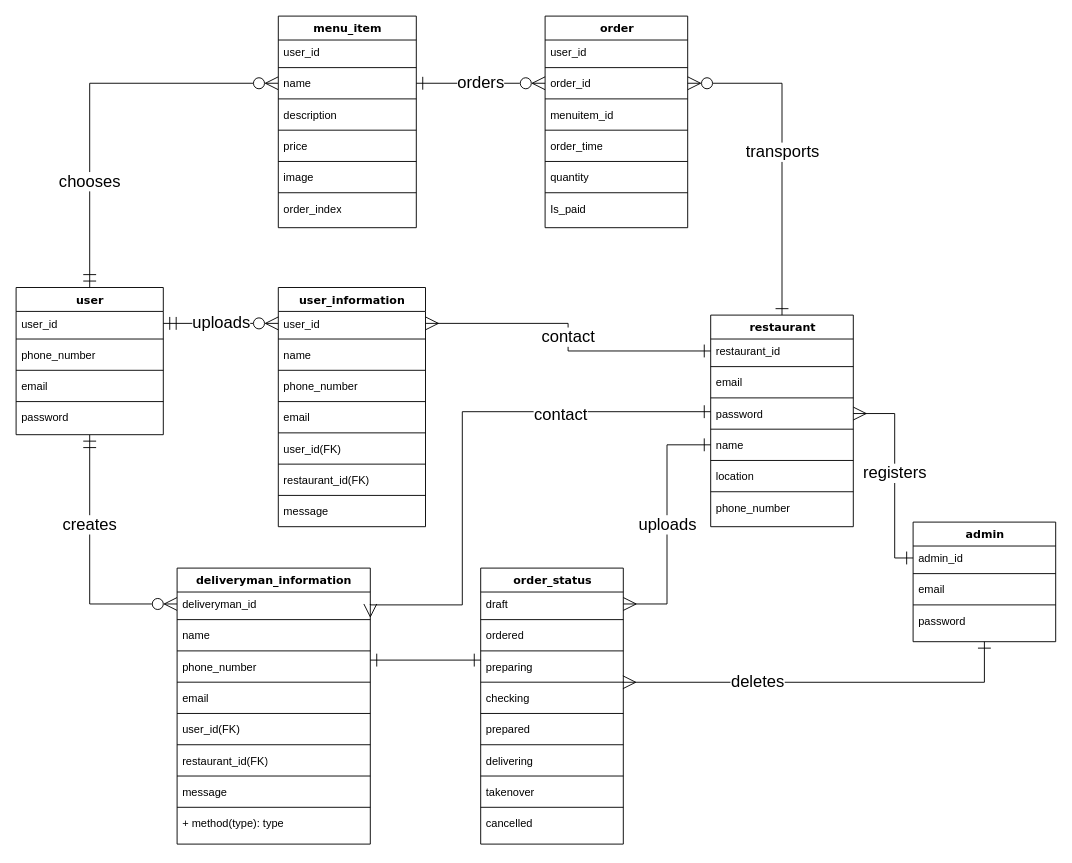
The draw.io diagram page "ER" (6 of 6) of health.drawio in YeMyat144/DFD_ER, before the edit. Source tidied: cells renumbered, new cells numbered last; positions are measured from the earlier drawing's top-left corner, leaving out a move shared by most shapes. Both pictures are drawn from the tidied source at 92%, with x=0, y=0 at pixel (16, 16).
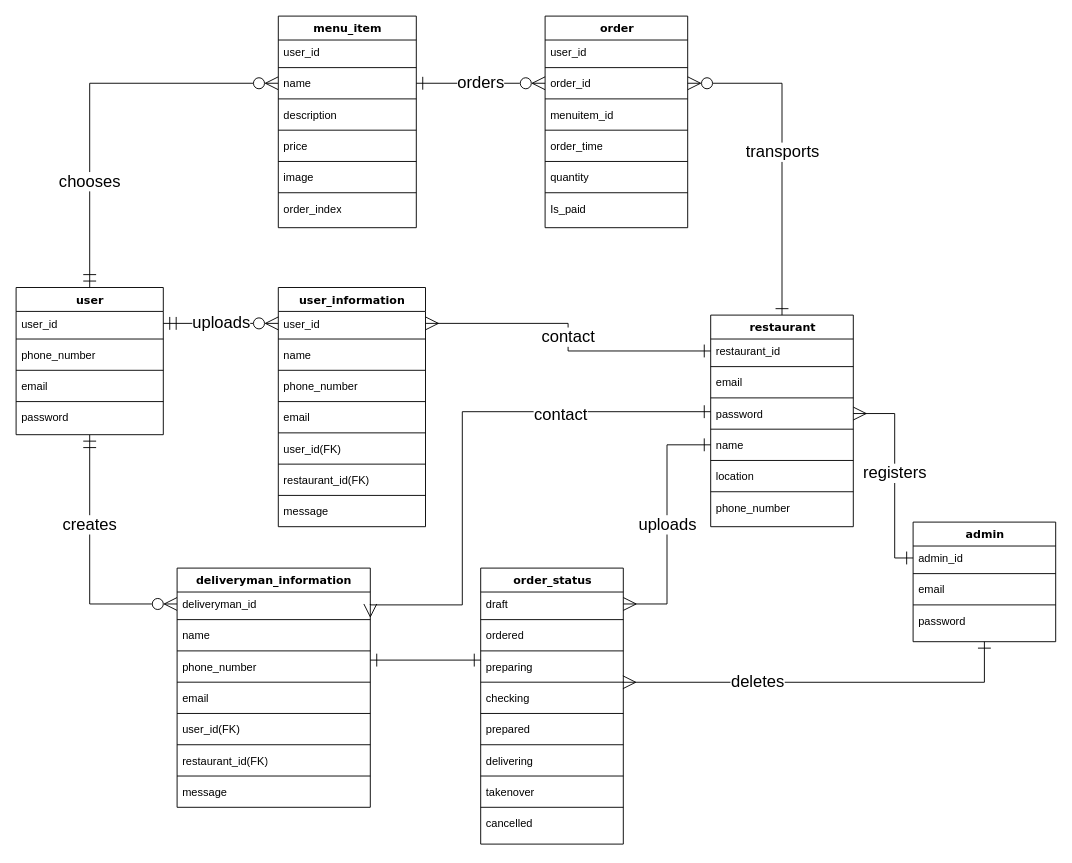
The same page after the edit.

Change to the diagram source:
```diff
@@
     <mxCell id="26" value="deliveryman_information" style="swimlane;html=1;fontStyle=1;align=center;verticalAlign=top;horizontal=1;startSize=26;swimlaneFillColor=#ffffff;rounded=0;shadow=0;comic=0;labelBackgroundColor=none;strokeWidth=1;fillColor=none;fontFamily=Verdana;fontSize=12;" parent="1" vertex="1">
-      <mxGeometry x="175" y="600" width="210" height="300" as="geometry" />
+      <mxGeometry x="175" y="600" width="210" height="260" as="geometry" />
     </mxCell>
@@
-    <mxCell id="40" style="line;html=1;strokeWidth=1;fillColor=none;align=left;verticalAlign=middle;spacingTop=-1;spacingLeft=3;spacingRight=3;labelPosition=right;" parent="26" vertex="1">
-      <mxGeometry y="256" width="210" height="8" as="geometry" />
-    </mxCell>
-    <mxCell id="41" value="+ method(type): type" style="text;html=1;strokeColor=none;fillColor=none;align=left;verticalAlign=top;spacingLeft=4;spacingRight=4;whiteSpace=wrap;overflow=hidden;" parent="26" vertex="1">
-      <mxGeometry y="264" width="210" height="36" as="geometry" />
-    </mxCell>
```
